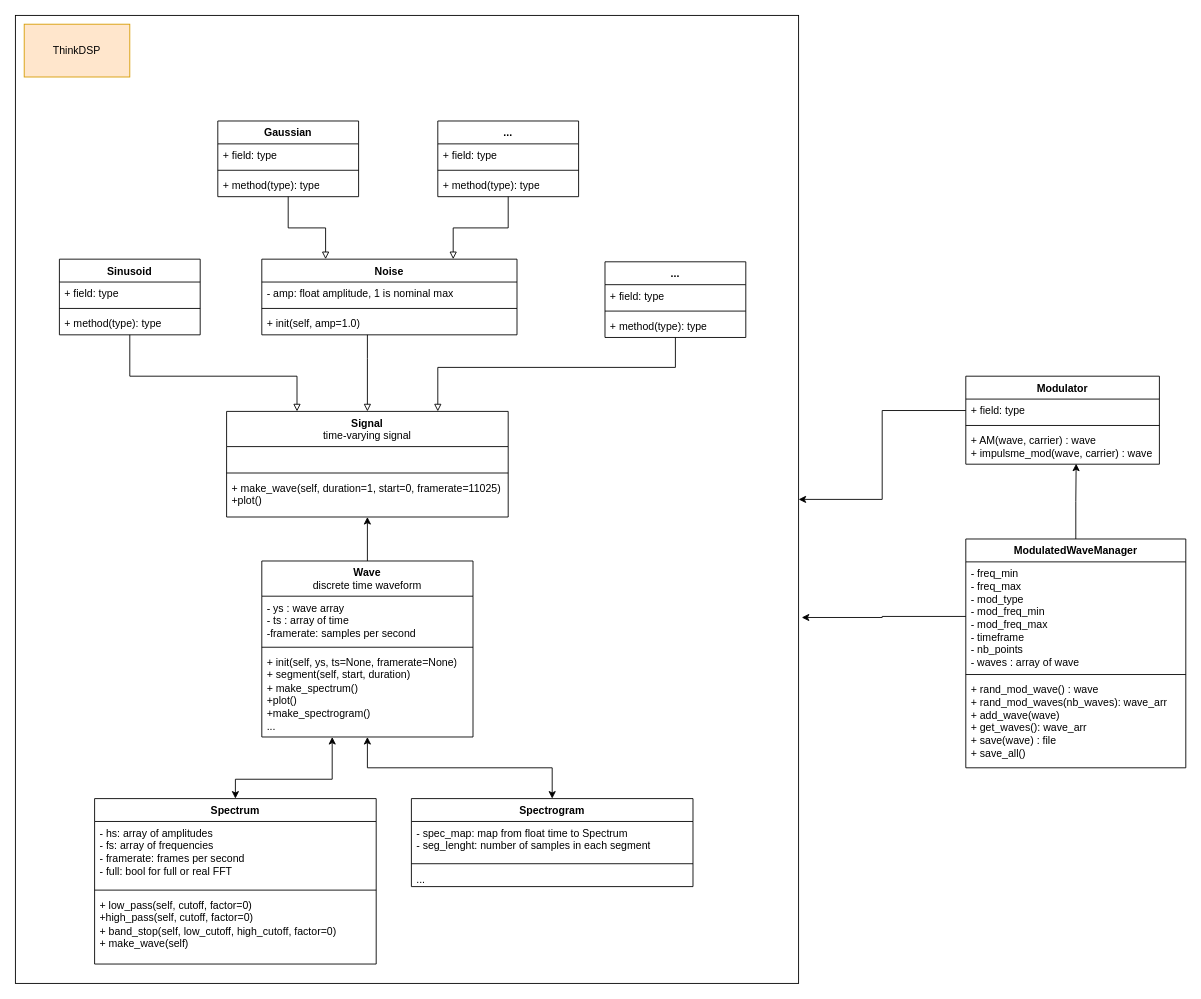
Before: page "Waveforms" (1 of 2) of docs/pfe_uml.drawio in BillyBigGun/PFE-A2023-Classification-Modulation, a draw.io diagram. Source tidied: cells renumbered, new cells numbered last; positions are measured from the earlier drawing's top-left corner, leaving out a move shared by most shapes. Both pictures are drawn from the tidied source at 88%, with x=0, y=0 at pixel (15, 15).
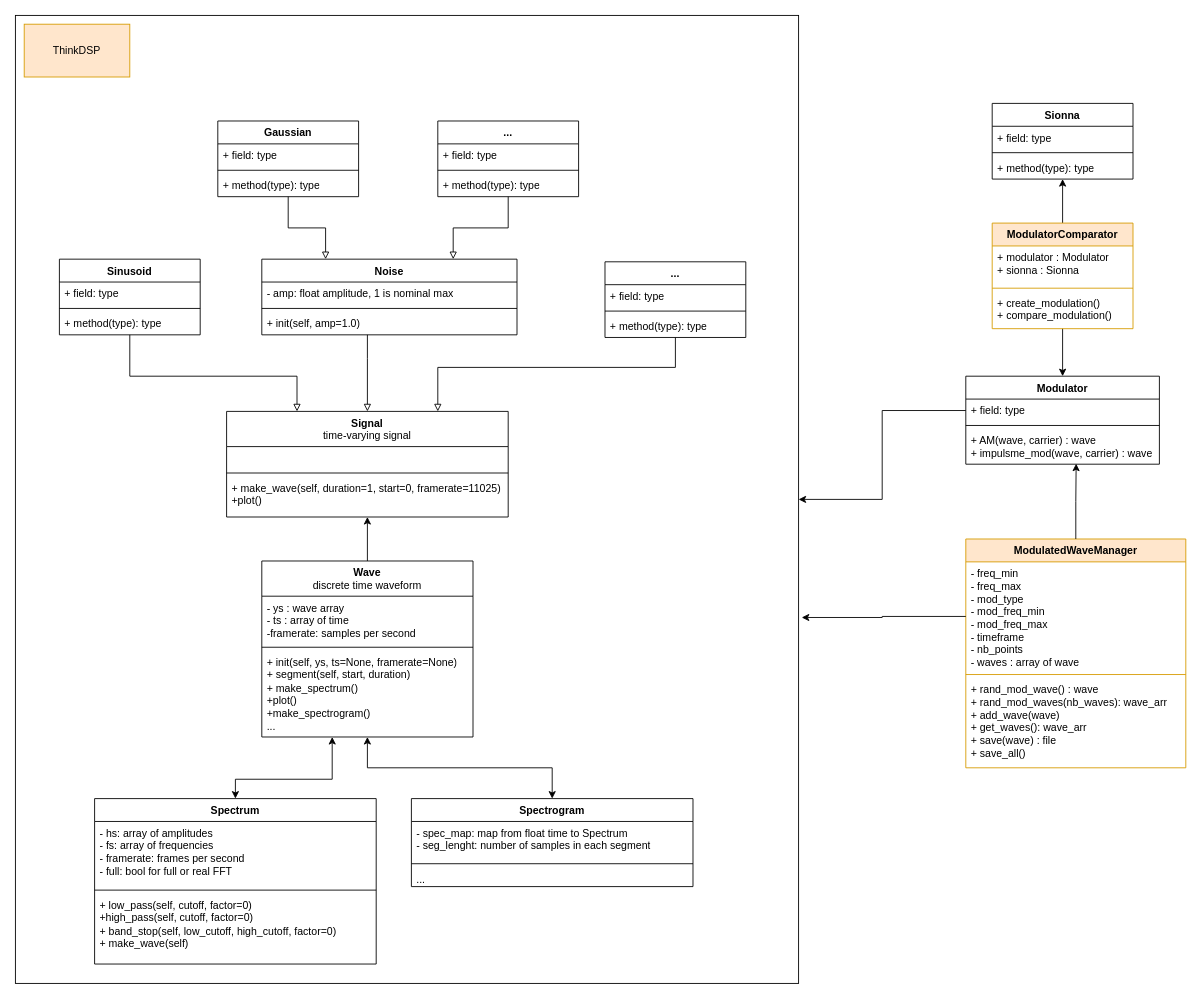
The same diagram, later.

The change refers to these unchanged cells:
```xml
<mxCell id="52" value="Modulator" style="swimlane;fontStyle=1;align=center;verticalAlign=top;horizontal=1;startSize=26;whiteSpace=wrap;html=1;" parent="1" vertex="1">
  <mxGeometry x="1080" y="410" width="220" height="100" as="geometry" />
</mxCell>
```

The edit, as a diff of the source:
```diff
@@
-    <mxCell id="48" value="ModulatedWaveManager" style="swimlane;fontStyle=1;align=center;verticalAlign=top;horizontal=1;startSize=26;whiteSpace=wrap;html=1;" parent="1" vertex="1">
+    <mxCell id="48" value="ModulatedWaveManager" style="swimlane;fontStyle=1;align=center;verticalAlign=top;horizontal=1;startSize=26;whiteSpace=wrap;html=1;fillColor=#ffe6cc;strokeColor=#d79b00;" parent="1" vertex="1">
       <mxGeometry x="1080" y="595" width="250" height="260" as="geometry" />
     </mxCell>
@@
+    <mxCell id="59" style="edgeStyle=orthogonalEdgeStyle;rounded=0;jettySize=auto;html=1;" parent="1" edge="1" source="61" target="68">
+      <mxGeometry relative="1" as="geometry">
+        <Array as="points">
+          <mxPoint x="1190" y="160" />
+          <mxPoint x="1190" y="160" />
+        </Array>
+      </mxGeometry>
+    </mxCell>
+    <mxCell id="60" style="edgeStyle=orthogonalEdgeStyle;rounded=0;jettySize=auto;html=1;entryX=0.5;entryY=0;entryDx=0;entryDy=0;" parent="1" edge="1" source="61" target="52">
+      <mxGeometry relative="1" as="geometry" />
+    </mxCell>
+    <mxCell id="61" value="ModulatorComparator" style="swimlane;fontStyle=1;align=center;verticalAlign=top;horizontal=1;startSize=26;whiteSpace=wrap;html=1;fillColor=#ffe6cc;strokeColor=#d79b00;" parent="1" vertex="1">
+      <mxGeometry x="1110" y="236" width="160" height="120" as="geometry" />
+    </mxCell>
+    <mxCell id="62" value="+ modulator : Modulator&lt;br&gt;+ sionna : Sionna" style="text;strokeColor=none;fillColor=none;align=left;verticalAlign=top;spacingLeft=4;spacingRight=4;overflow=hidden;whiteSpace=wrap;html=1;" parent="61" vertex="1">
+      <mxGeometry y="26" width="160" height="44" as="geometry" />
+    </mxCell>
+    <mxCell id="63" style="line;strokeWidth=1;fillColor=none;align=left;verticalAlign=middle;spacingTop=-1;spacingLeft=3;spacingRight=3;labelPosition=right;strokeColor=inherit;" parent="61" vertex="1">
+      <mxGeometry y="70" width="160" height="8" as="geometry" />
+    </mxCell>
+    <mxCell id="64" value="+ create_modulation()&lt;br&gt;+ compare_modulation()" style="text;strokeColor=none;fillColor=none;align=left;verticalAlign=top;spacingLeft=4;spacingRight=4;overflow=hidden;whiteSpace=wrap;html=1;" parent="61" vertex="1">
+      <mxGeometry y="78" width="160" height="42" as="geometry" />
+    </mxCell>
+    <mxCell id="65" value="Sionna" style="swimlane;fontStyle=1;align=center;verticalAlign=top;horizontal=1;startSize=26;whiteSpace=wrap;html=1;" parent="1" vertex="1">
+      <mxGeometry x="1110" y="100" width="160" height="86" as="geometry" />
+    </mxCell>
+    <mxCell id="66" value="+ field: type" style="text;strokeColor=none;fillColor=none;align=left;verticalAlign=top;spacingLeft=4;spacingRight=4;overflow=hidden;whiteSpace=wrap;html=1;" parent="65" vertex="1">
+      <mxGeometry y="26" width="160" height="26" as="geometry" />
+    </mxCell>
+    <mxCell id="67" style="line;strokeWidth=1;fillColor=none;align=left;verticalAlign=middle;spacingTop=-1;spacingLeft=3;spacingRight=3;labelPosition=right;strokeColor=inherit;" parent="65" vertex="1">
+      <mxGeometry y="52" width="160" height="8" as="geometry" />
+    </mxCell>
+    <mxCell id="68" value="+ method(type): type" style="text;strokeColor=none;fillColor=none;align=left;verticalAlign=top;spacingLeft=4;spacingRight=4;overflow=hidden;points=[[0,0.5],[1,0.5]];portConstraint=eastwest;whiteSpace=wrap;html=1;" parent="65" vertex="1">
+      <mxGeometry y="60" width="160" height="26" as="geometry" />
+    </mxCell>
```
